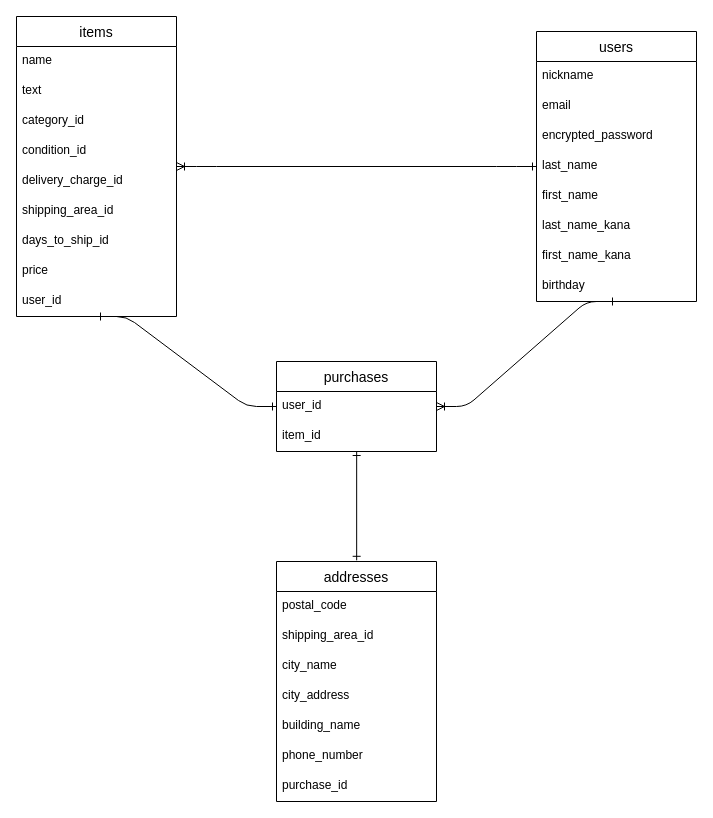
Before: DB設計_ER図.dio in cony-k-m90/furima-32879, a draw.io diagram. Source tidied: cells renumbered, new cells numbered last; positions are measured from the earlier drawing's top-left corner, leaving out a move shared by most shapes. Both pictures are drawn from the tidied source at 100%, with x=0, y=0 at pixel (16, 16).
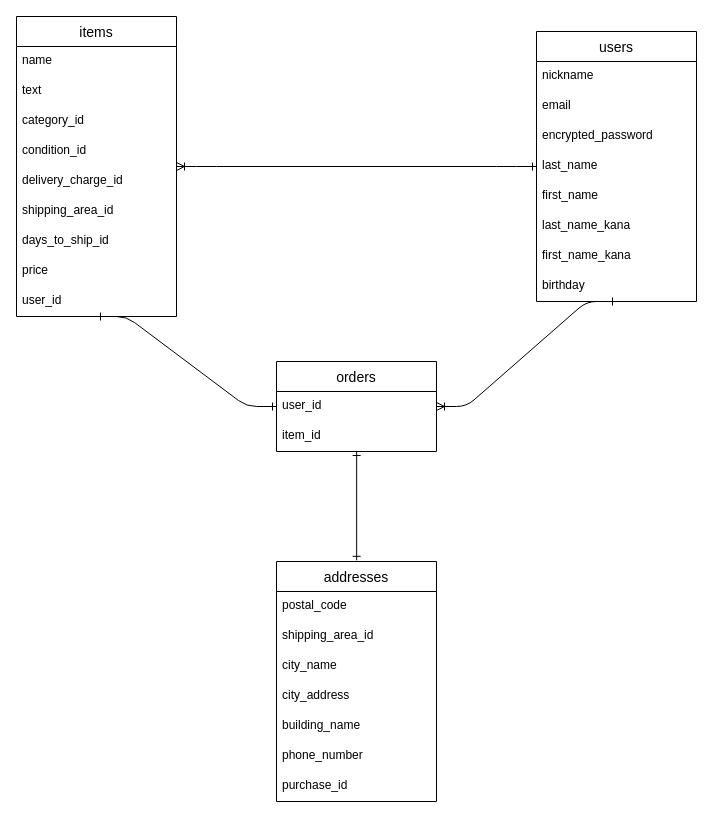
After the change.

Diff of the diagram source:
```diff
@@
-    <mxCell id="21" value="purchases" style="swimlane;fontStyle=0;horizontal=1;startSize=30;align=center;fontSize=14;" parent="1" vertex="1">
+    <mxCell id="21" value="orders" style="swimlane;fontStyle=0;horizontal=1;startSize=30;align=center;fontSize=14;" parent="1" vertex="1">
       <mxGeometry x="260" y="345" width="160" height="90" as="geometry" />
     </mxCell>
```
